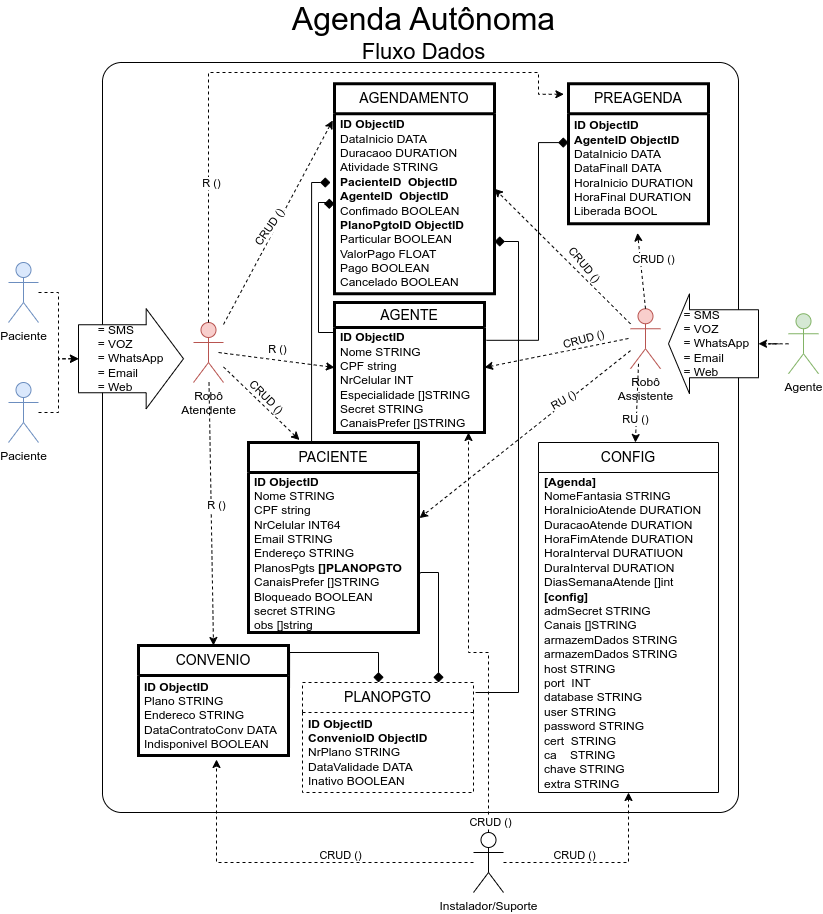
Earlier version of the draw.io export Agenda-Página-1.drawio.png (gunboe/Agenda). Source tidied: cells renumbered, new cells last; positions are measured from the earlier drawing's top-left corner, leaving out a move shared by most shapes.
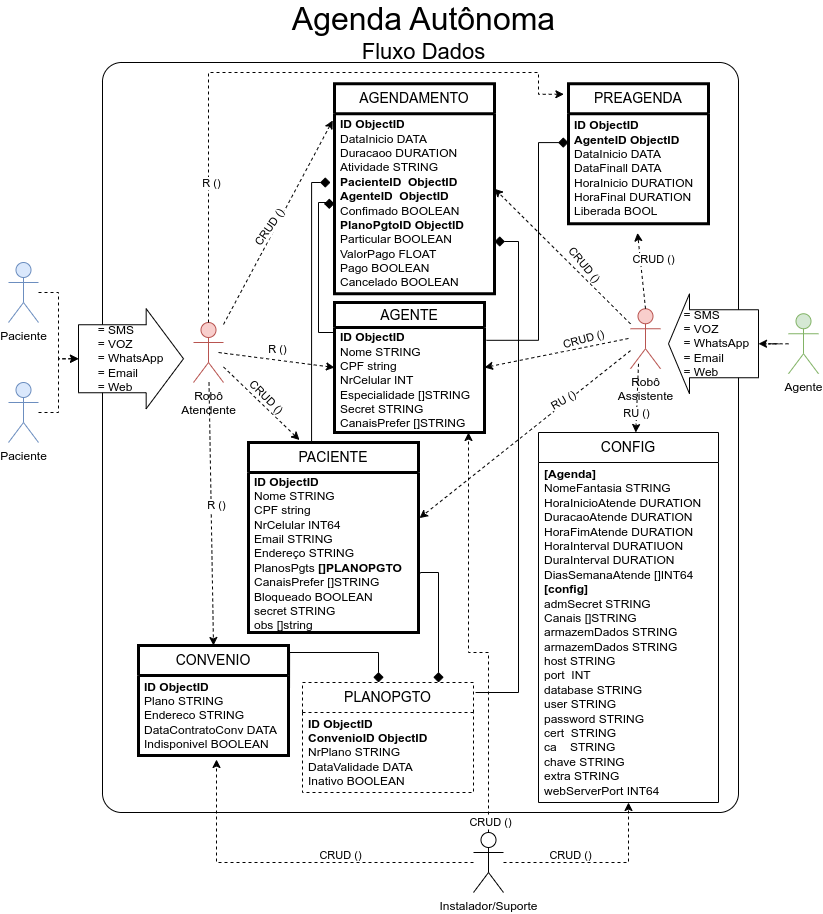
The same file after the commit.

Change to the diagram source:
```diff
@@ -108,10 +108,10 @@
       </mxGeometry>
     </mxCell>
     <mxCell id="31" value="&lt;font style=&quot;font-size: 14px;&quot;&gt;CONFIG&lt;/font&gt;" style="swimlane;fontStyle=0;horizontal=1;startSize=30;whiteSpace=wrap;html=1;" parent="1" vertex="1">
-      <mxGeometry x="530" y="440" width="180" height="350" as="geometry" />
+      <mxGeometry x="530" y="430" width="180" height="370" as="geometry" />
     </mxCell>
-    <mxCell id="32" value="&lt;b&gt;[Agenda]&lt;br&gt;&lt;/b&gt;NomeFantasia STRING&lt;br&gt;HoraInicioAtende DURATION&lt;br&gt;DuracaoAtende DURATION&lt;br&gt;HoraFimAtende DURATION&lt;br&gt;HoraInterval DURATIUON&lt;br&gt;DuraInterval DURATION&lt;br&gt;DiasSemanaAtende []int&lt;br&gt;&lt;b&gt;[config]&lt;br&gt;&lt;/b&gt;admSecret STRING&lt;br&gt;Canais []STRING&lt;br&gt;armazemDados STRING&lt;br&gt;&lt;div&gt;armazemDados STRING&lt;/div&gt;&lt;div&gt;host STRING&lt;/div&gt;&lt;div&gt;port&amp;nbsp; INT&lt;/div&gt;&lt;div&gt;database STRING&lt;/div&gt;&lt;div&gt;user STRING&lt;/div&gt;&lt;div&gt;password STRING&lt;/div&gt;&lt;div&gt;cert&amp;nbsp; STRING&lt;/div&gt;&lt;div&gt;ca&amp;nbsp; &amp;nbsp; STRING&lt;/div&gt;&lt;div&gt;chave STRING&lt;/div&gt;&lt;div&gt;extra STRING&lt;/div&gt;" style="text;strokeColor=none;fillColor=none;align=left;verticalAlign=middle;spacingLeft=4;spacingRight=4;overflow=hidden;whiteSpace=wrap;html=1;" parent="31" vertex="1">
-      <mxGeometry y="30" width="180" height="320" as="geometry" />
+    <mxCell id="32" value="&lt;b&gt;[Agenda]&lt;br&gt;&lt;/b&gt;NomeFantasia STRING&lt;br&gt;HoraInicioAtende DURATION&lt;br&gt;DuracaoAtende DURATION&lt;br&gt;HoraFimAtende DURATION&lt;br&gt;HoraInterval DURATIUON&lt;br&gt;DuraInterval DURATION&lt;br&gt;DiasSemanaAtende []INT64&lt;br&gt;&lt;b&gt;[config]&lt;br&gt;&lt;/b&gt;admSecret STRING&lt;br&gt;Canais []STRING&lt;br&gt;armazemDados STRING&lt;br&gt;&lt;div&gt;armazemDados STRING&lt;/div&gt;&lt;div&gt;host STRING&lt;/div&gt;&lt;div&gt;port&amp;nbsp; INT&lt;/div&gt;&lt;div&gt;database STRING&lt;/div&gt;&lt;div&gt;user STRING&lt;/div&gt;&lt;div&gt;password STRING&lt;/div&gt;&lt;div&gt;cert&amp;nbsp; STRING&lt;/div&gt;&lt;div&gt;ca&amp;nbsp; &amp;nbsp; STRING&lt;/div&gt;&lt;div&gt;chave STRING&lt;/div&gt;&lt;div&gt;extra STRING&lt;/div&gt;&lt;div&gt;webServerPort INT64&lt;/div&gt;" style="text;strokeColor=none;fillColor=none;align=left;verticalAlign=middle;spacingLeft=4;spacingRight=4;overflow=hidden;whiteSpace=wrap;html=1;" parent="31" vertex="1">
+      <mxGeometry y="30" width="180" height="340" as="geometry" />
     </mxCell>
     <mxCell id="33" style="edgeStyle=orthogonalEdgeStyle;rounded=0;jettySize=auto;html=1;entryX=0;entryY=0.5;entryDx=0;entryDy=0;entryPerimeter=0;dashed=1;" parent="1" edge="1" source="7" target="18">
       <mxGeometry relative="1" as="geometry" />
```
